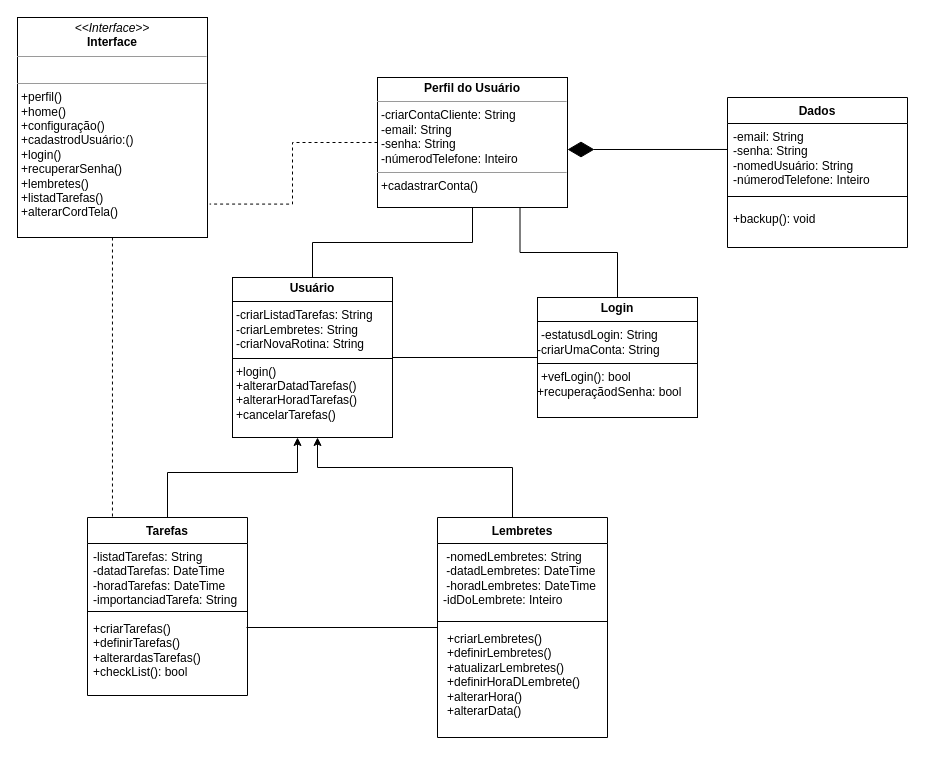
Above: docs/img/Diagrama de classe.drawio in ICEI-PUC-Minas-PMV-ADS/pmv-ads-2024-1-e2-proj-int-t3-grupo03 (draw.io), before the change. Source tidied: cells renumbered, new cells numbered last; positions are measured from the earlier drawing's top-left corner, leaving out a move shared by most shapes. Both pictures are drawn from the tidied source at 100%, with x=0, y=0 at pixel (17, 17).
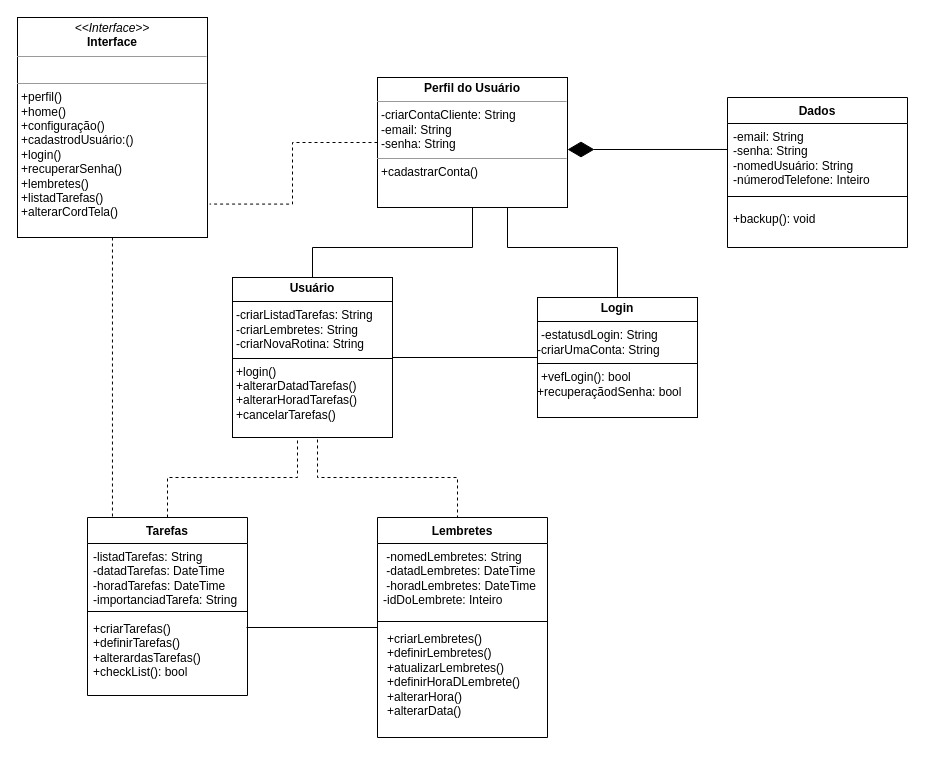
The same diagram, later.

Commit message:
Diagrama de classe KIPA.drawio

The change refers to these unchanged cells:
```xml
<mxCell id="5" value="Tarefas" style="swimlane;fontStyle=1;align=center;verticalAlign=top;horizontal=1;startSize=26;whiteSpace=wrap;html=1;" parent="1" vertex="1">
  <mxGeometry x="70" y="500" width="160" height="178" as="geometry" />
</mxCell>
<mxCell id="17" value="&lt;p style=&quot;margin:0px;margin-top:4px;text-align:center;&quot;&gt;&lt;b&gt;Usuário&lt;/b&gt;&lt;/p&gt;&lt;hr size=&quot;1&quot; style=&quot;border-style:solid;&quot;&gt;&lt;p style=&quot;margin:0px;margin-left:4px;&quot;&gt;&lt;span style=&quot;background-color: initial;&quot;&gt;-criarListadTarefas: String&lt;/span&gt;&lt;br&gt;&lt;/p&gt;&lt;p style=&quot;margin:0px;margin-left:4px;&quot;&gt;-criarLembretes: String&lt;/p&gt;&lt;p style=&quot;margin:0px;margin-left:4px;&quot;&gt;-criarNovaRotina: String&lt;/p&gt;&lt;hr size=&quot;1&quot; style=&quot;border-style:solid;&quot;&gt;&lt;p style=&quot;margin: 0px 0px 0px 4px;&quot;&gt;+login()&lt;/p&gt;&lt;p style=&quot;margin: 0px 0px 0px 4px;&quot;&gt;+alterarDatadTarefas()&lt;/p&gt;&lt;p style=&quot;margin: 0px 0px 0px 4px;&quot;&gt;+alterarHoradTarefas()&lt;/p&gt;&lt;p style=&quot;margin: 0px 0px 0px 4px;&quot;&gt;+cancelarTarefas()&lt;/p&gt;&lt;p style=&quot;margin: 0px 0px 0px 4px;&quot;&gt;&lt;br&gt;&lt;/p&gt;" style="verticalAlign=top;align=left;overflow=fill;html=1;whiteSpace=wrap;" parent="1" vertex="1">
  <mxGeometry x="215" y="260" width="160" height="160" as="geometry" />
</mxCell>
<mxCell id="26" value="&lt;p style=&quot;margin:0px;margin-top:4px;text-align:center;&quot;&gt;&lt;b&gt;Login&lt;/b&gt;&lt;/p&gt;&lt;hr size=&quot;1&quot; style=&quot;border-style:solid;&quot;&gt;&lt;p style=&quot;text-wrap: nowrap; margin: 0px 0px 0px 4px;&quot;&gt;-estatusdLogin:&amp;nbsp;&lt;span style=&quot;background-color: initial;&quot;&gt;String&lt;/span&gt;&lt;/p&gt;&lt;div&gt;&lt;span style=&quot;background-color: initial;&quot;&gt;-criarUmaConta: String&lt;/span&gt;&lt;/div&gt;&lt;hr size=&quot;1&quot; style=&quot;border-style:solid;&quot;&gt;&lt;p style=&quot;text-wrap: nowrap; margin: 0px 0px 0px 4px;&quot;&gt;+vefLogin(): bool&lt;/p&gt;&lt;div&gt;&lt;span style=&quot;text-wrap: nowrap;&quot;&gt;+recuperaçãodSenha: bool&lt;/span&gt;&lt;br&gt;&lt;/div&gt;" style="verticalAlign=top;align=left;overflow=fill;html=1;whiteSpace=wrap;" parent="1" vertex="1">
  <mxGeometry x="520" y="280" width="160" height="120" as="geometry" />
</mxCell>
```

Diff of the diagram source:
```diff
@@
-    <mxCell id="3" value="&lt;p style=&quot;margin:0px;margin-top:4px;text-align:center;&quot;&gt;&lt;b&gt;Perfil do Usuário&lt;/b&gt;&lt;/p&gt;&lt;hr size=&quot;1&quot;&gt;&lt;p style=&quot;margin:0px;margin-left:4px;&quot;&gt;-criarContaCliente: String&lt;/p&gt;&lt;p style=&quot;margin:0px;margin-left:4px;&quot;&gt;-email: String&lt;/p&gt;&lt;p style=&quot;margin:0px;margin-left:4px;&quot;&gt;-senha: String&lt;/p&gt;&lt;p style=&quot;margin:0px;margin-left:4px;&quot;&gt;-númerodTelefone: Inteiro&lt;/p&gt;&lt;hr size=&quot;1&quot;&gt;&lt;p style=&quot;margin: 0px 0px 0px 4px;&quot;&gt;+cadastrarConta()&lt;/p&gt;&lt;p style=&quot;margin: 0px 0px 0px 4px;&quot;&gt;&lt;br&gt;&lt;/p&gt;&lt;div&gt;&lt;span style=&quot;background-color: initial;&quot;&gt;&lt;br&gt;&lt;/span&gt;&lt;/div&gt;&lt;p style=&quot;margin: 0px 0px 0px 4px;&quot;&gt;&lt;br&gt;&lt;/p&gt;&lt;div&gt;&lt;br&gt;&lt;/div&gt;" style="verticalAlign=top;align=left;overflow=fill;fontSize=12;fontFamily=Helvetica;html=1;rounded=0;shadow=0;comic=0;labelBackgroundColor=none;strokeWidth=1;" parent="1" vertex="1">
+    <mxCell id="3" value="&lt;p style=&quot;margin:0px;margin-top:4px;text-align:center;&quot;&gt;&lt;b&gt;Perfil do Usuário&lt;/b&gt;&lt;/p&gt;&lt;hr size=&quot;1&quot;&gt;&lt;p style=&quot;margin:0px;margin-left:4px;&quot;&gt;-criarContaCliente: String&lt;/p&gt;&lt;p style=&quot;margin:0px;margin-left:4px;&quot;&gt;-email: String&lt;/p&gt;&lt;p style=&quot;margin:0px;margin-left:4px;&quot;&gt;-senha: String&lt;/p&gt;&lt;hr size=&quot;1&quot;&gt;&lt;p style=&quot;margin: 0px 0px 0px 4px;&quot;&gt;+cadastrarConta()&lt;/p&gt;&lt;p style=&quot;margin: 0px 0px 0px 4px;&quot;&gt;&lt;br&gt;&lt;/p&gt;&lt;div&gt;&lt;span style=&quot;background-color: initial;&quot;&gt;&lt;br&gt;&lt;/span&gt;&lt;/div&gt;&lt;p style=&quot;margin: 0px 0px 0px 4px;&quot;&gt;&lt;br&gt;&lt;/p&gt;&lt;div&gt;&lt;br&gt;&lt;/div&gt;" style="verticalAlign=top;align=left;overflow=fill;fontSize=12;fontFamily=Helvetica;html=1;rounded=0;shadow=0;comic=0;labelBackgroundColor=none;strokeWidth=1;" parent="1" vertex="1">
       <mxGeometry x="360" y="60" width="190" height="130" as="geometry" />
     </mxCell>
-    <mxCell id="4" style="edgeStyle=orthogonalEdgeStyle;rounded=0;jettySize=auto;html=1;" parent="1" edge="1" source="5" target="17">
+    <mxCell id="4" style="edgeStyle=orthogonalEdgeStyle;rounded=0;jettySize=auto;html=1;endArrow=none;endFill=0;dashed=1;" parent="1" edge="1" source="5" target="17">
       <mxGeometry relative="1" as="geometry">
         <Array as="points">
-          <mxPoint x="150" y="455" />
-          <mxPoint x="280" y="455" />
+          <mxPoint x="150" y="460" />
+          <mxPoint x="280" y="460" />
         </Array>
       </mxGeometry>
     </mxCell>
@@
-    <mxCell id="9" style="edgeStyle=orthogonalEdgeStyle;rounded=0;jettySize=auto;html=1;" parent="1" edge="1" target="17">
+    <mxCell id="9" style="edgeStyle=orthogonalEdgeStyle;rounded=0;jettySize=auto;html=1;endArrow=none;endFill=0;dashed=1;" parent="1" edge="1" target="17">
       <mxGeometry relative="1" as="geometry">
         <mxPoint x="495" y="500" as="sourcePoint" />
         <Array as="points">
-          <mxPoint x="495" y="450" />
-          <mxPoint x="300" y="450" />
+          <mxPoint x="440" y="500" />
+          <mxPoint x="440" y="460" />
+          <mxPoint x="300" y="460" />
         </Array>
       </mxGeometry>
     </mxCell>
@@
     <mxCell id="15" style="edgeStyle=orthogonalEdgeStyle;rounded=0;jettySize=auto;html=1;endArrow=none;endFill=0;" parent="1" edge="1" source="17" target="3">
-      <mxGeometry relative="1" as="geometry" />
+      <mxGeometry relative="1" as="geometry">
+        <Array as="points">
+          <mxPoint x="295" y="230" />
+          <mxPoint x="455" y="230" />
+        </Array>
+      </mxGeometry>
     </mxCell>
@@
     <mxCell id="20" value="Lembretes" style="swimlane;fontStyle=1;align=center;verticalAlign=top;horizontal=1;startSize=26;whiteSpace=wrap;html=1;" parent="1" vertex="1">
-      <mxGeometry x="420" y="500" width="170" height="220" as="geometry" />
+      <mxGeometry x="360" y="500" width="170" height="220" as="geometry" />
     </mxCell>
@@
     <mxCell id="25" style="edgeStyle=orthogonalEdgeStyle;rounded=0;jettySize=auto;html=1;entryX=0.75;entryY=1;entryDx=0;entryDy=0;endArrow=none;endFill=0;" parent="1" edge="1" source="26" target="3">
-      <mxGeometry relative="1" as="geometry" />
+      <mxGeometry relative="1" as="geometry">
+        <Array as="points">
+          <mxPoint x="600" y="230" />
+          <mxPoint x="490" y="230" />
+          <mxPoint x="490" y="190" />
+        </Array>
+      </mxGeometry>
     </mxCell>
```
